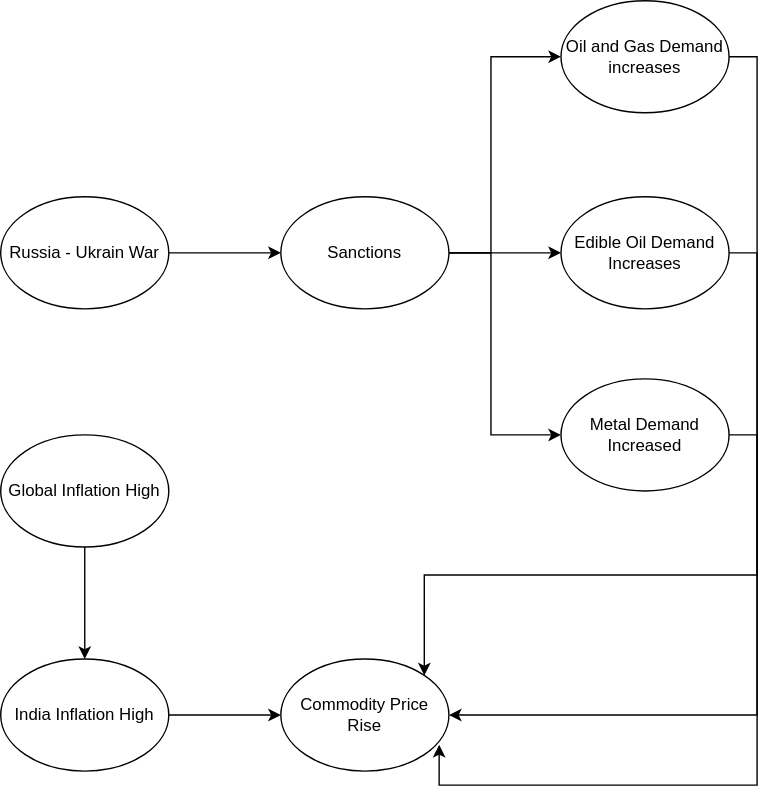
Above: Market Events.svg in jkrishnarao2003/market (draw.io), before the change. Source tidied: cells renumbered, new cells last; positions are measured from the earlier drawing's top-left corner, leaving out a move shared by most shapes. Its diagram source:
```xml
<mxGraphModel>
  <root>
    <mxCell id="0" />
    <mxCell id="1" parent="0" />
    <mxCell id="2" style="edgeStyle=orthogonalEdgeStyle;rounded=0;jettySize=auto;html=1;" parent="1" edge="1" source="3" target="7">
      <mxGeometry relative="1" as="geometry" />
    </mxCell>
    <mxCell id="3" value="Russia - Ukrain War" style="ellipse;whiteSpace=wrap;html=1;" parent="1" vertex="1">
      <mxGeometry y="140" width="120" height="80" as="geometry" />
    </mxCell>
    <mxCell id="4" style="edgeStyle=orthogonalEdgeStyle;rounded=0;jettySize=auto;html=1;" parent="1" edge="1" source="7" target="9">
      <mxGeometry relative="1" as="geometry" />
    </mxCell>
    <mxCell id="5" style="edgeStyle=orthogonalEdgeStyle;rounded=0;jettySize=auto;html=1;" parent="1" edge="1" source="7" target="11">
      <mxGeometry relative="1" as="geometry">
        <Array as="points">
          <mxPoint x="350" y="180" />
          <mxPoint x="350" y="310" />
        </Array>
      </mxGeometry>
    </mxCell>
    <mxCell id="6" style="edgeStyle=orthogonalEdgeStyle;rounded=0;jettySize=auto;html=1;" parent="1" edge="1" source="7" target="13">
      <mxGeometry relative="1" as="geometry">
        <Array as="points">
          <mxPoint x="350" y="180" />
          <mxPoint x="350" y="40" />
        </Array>
      </mxGeometry>
    </mxCell>
    <mxCell id="7" value="Sanctions" style="ellipse;whiteSpace=wrap;html=1;" parent="1" vertex="1">
      <mxGeometry x="200" y="140" width="120" height="80" as="geometry" />
    </mxCell>
    <mxCell id="8" style="edgeStyle=orthogonalEdgeStyle;rounded=0;jettySize=auto;html=1;exitX=1;exitY=0.5;exitDx=0;exitDy=0;entryX=0.942;entryY=0.766;entryDx=0;entryDy=0;entryPerimeter=0;" parent="1" edge="1" source="9" target="18">
      <mxGeometry relative="1" as="geometry">
        <Array as="points">
          <mxPoint x="540" y="180" />
          <mxPoint x="540" y="560" />
          <mxPoint x="313" y="560" />
        </Array>
      </mxGeometry>
    </mxCell>
    <mxCell id="9" value="Edible Oil Demand Increases" style="ellipse;whiteSpace=wrap;html=1;" parent="1" vertex="1">
      <mxGeometry x="400" y="140" width="120" height="80" as="geometry" />
    </mxCell>
    <mxCell id="10" style="edgeStyle=orthogonalEdgeStyle;rounded=0;jettySize=auto;html=1;exitX=1;exitY=0.5;exitDx=0;exitDy=0;entryX=1;entryY=0;entryDx=0;entryDy=0;" parent="1" edge="1" source="11" target="18">
      <mxGeometry relative="1" as="geometry" />
    </mxCell>
    <mxCell id="11" value="Metal Demand Increased" style="ellipse;whiteSpace=wrap;html=1;" parent="1" vertex="1">
      <mxGeometry x="400" y="270" width="120" height="80" as="geometry" />
    </mxCell>
    <mxCell id="12" style="edgeStyle=orthogonalEdgeStyle;rounded=0;jettySize=auto;html=1;exitX=1;exitY=0.5;exitDx=0;exitDy=0;entryX=1;entryY=0.5;entryDx=0;entryDy=0;" parent="1" edge="1" source="13" target="18">
      <mxGeometry relative="1" as="geometry" />
    </mxCell>
    <mxCell id="13" value="Oil and Gas Demand increases" style="ellipse;whiteSpace=wrap;html=1;" parent="1" vertex="1">
      <mxGeometry x="400" width="120" height="80" as="geometry" />
    </mxCell>
    <mxCell id="14" style="edgeStyle=orthogonalEdgeStyle;rounded=0;jettySize=auto;html=1;" parent="1" edge="1" source="15" target="17">
      <mxGeometry relative="1" as="geometry" />
    </mxCell>
    <mxCell id="15" value="Global Inflation High" style="ellipse;whiteSpace=wrap;html=1;" parent="1" vertex="1">
      <mxGeometry y="310" width="120" height="80" as="geometry" />
    </mxCell>
    <mxCell id="16" style="edgeStyle=orthogonalEdgeStyle;rounded=0;jettySize=auto;html=1;" parent="1" edge="1" source="17" target="18">
      <mxGeometry relative="1" as="geometry" />
    </mxCell>
    <mxCell id="17" value="India Inflation High" style="ellipse;whiteSpace=wrap;html=1;" parent="1" vertex="1">
      <mxGeometry y="470" width="120" height="80" as="geometry" />
    </mxCell>
    <mxCell id="18" value="Commodity Price Rise" style="ellipse;whiteSpace=wrap;html=1;" parent="1" vertex="1">
      <mxGeometry x="200" y="470" width="120" height="80" as="geometry" />
    </mxCell>
  </root>
</mxGraphModel>
```
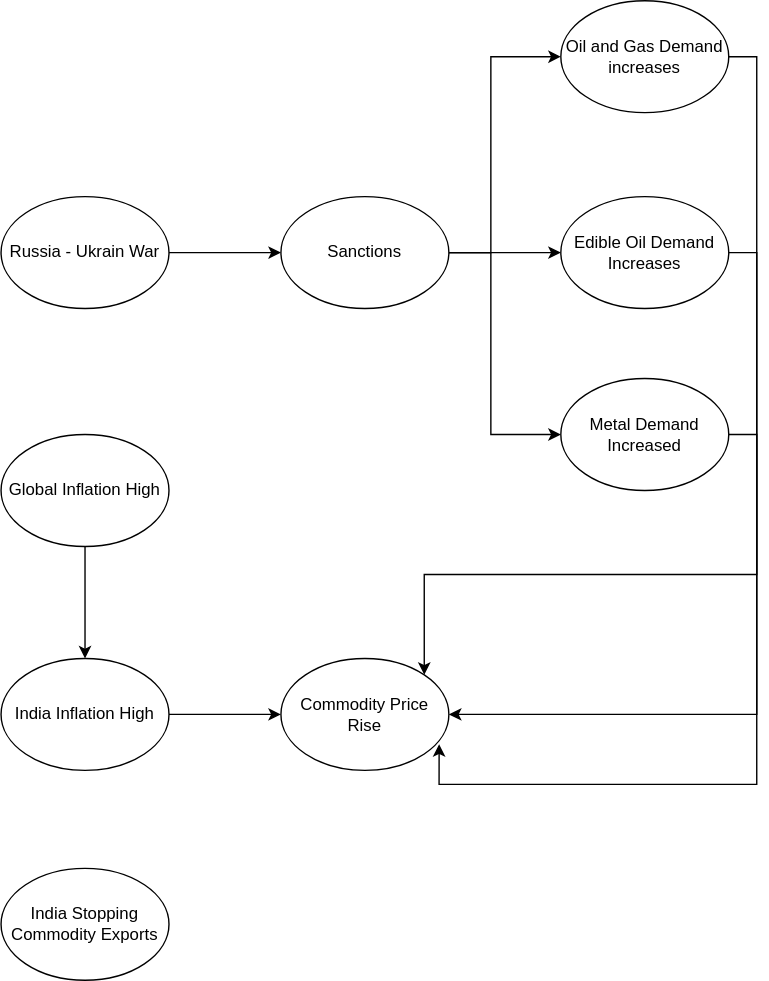
After the change.

What changed in the source:
```diff
@@ -69,5 +69,8 @@
     <mxCell id="18" value="Commodity Price Rise" style="ellipse;whiteSpace=wrap;html=1;" parent="1" vertex="1">
       <mxGeometry x="200" y="470" width="120" height="80" as="geometry" />
     </mxCell>
+    <mxCell id="19" value="India Stopping Commodity Exports" style="ellipse;whiteSpace=wrap;html=1;" parent="1" vertex="1">
+      <mxGeometry y="620" width="120" height="80" as="geometry" />
+    </mxCell>
   </root>
 </mxGraphModel>
```
